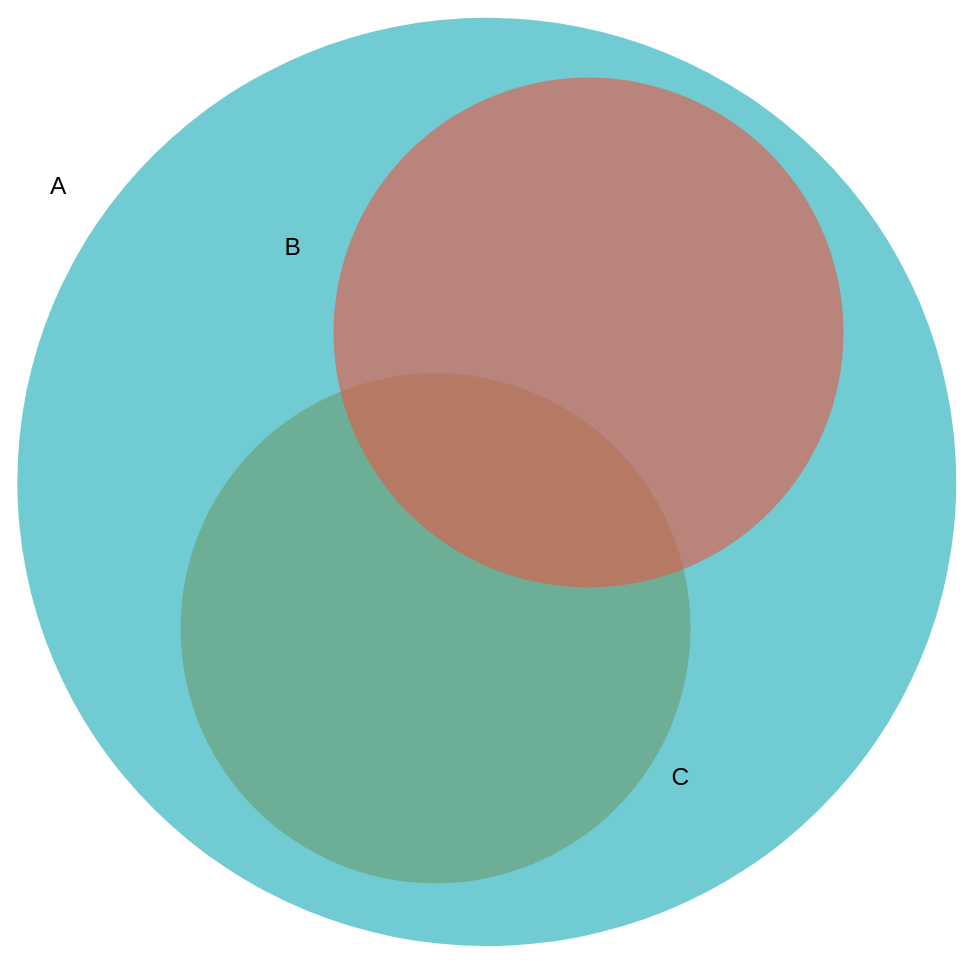
This is Venn diagrams/DLD Venn Diagram Q2.drawio from Saitharun279/Draw.Io, a draw.io file, before an edit. Source tidied: cells renumbered, new cells numbered last; positions are measured from the earlier drawing's top-left corner, leaving out a move shared by most shapes. Both pictures are drawn from the tidied source at 102%, with x=0, y=0 at pixel (17, 17).
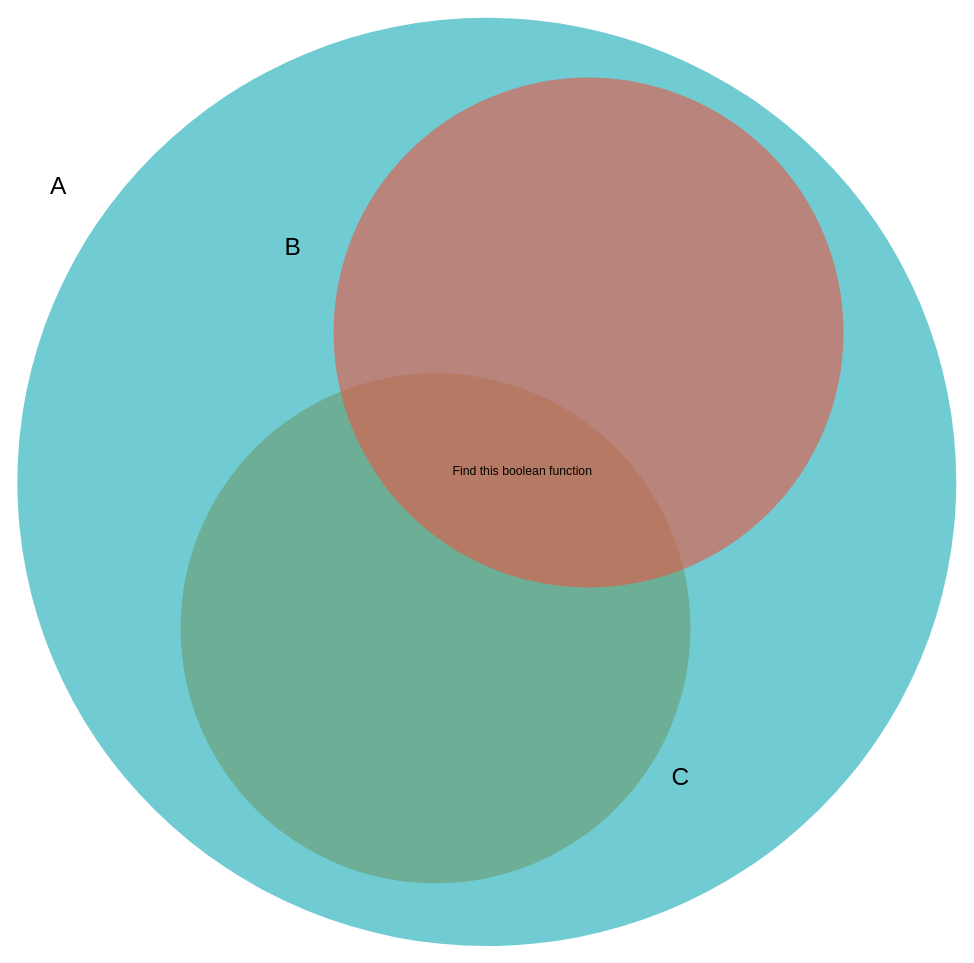
The same page after the edit.

Diff of the diagram source:
```diff
@@
 <mxGraphModel>
   <root>
     <mxCell id="0" />
     <mxCell id="1" parent="0" />
     <mxCell id="2" style="ellipse;fillColor=#F08705;opacity=60;strokeColor=none;html=1;fontColor=#FFFFFF;" parent="1" vertex="1">
       <mxGeometry x="159.5" y="348.5" width="500" height="500" as="geometry" />
     </mxCell>
     <mxCell id="3" style="ellipse;fillColor=#12AAB5;opacity=60;strokeColor=none;html=1;fontColor=#FFFFFF;" parent="1" vertex="1">
       <mxGeometry x="-0.5" width="920.5" height="910" as="geometry" />
     </mxCell>
     <mxCell id="4" style="ellipse;fillColor=#e85642;opacity=60;strokeColor=none;html=1;fontColor=#FFFFFF;" parent="1" vertex="1">
       <mxGeometry x="309.5" y="58.5" width="500" height="500" as="geometry" />
     </mxCell>
     <mxCell id="5" value="&lt;font style=&quot;font-size: 24px;&quot;&gt;A&lt;/font&gt;" style="text;html=1;align=center;verticalAlign=middle;whiteSpace=wrap;rounded=0;" parent="1" vertex="1">
       <mxGeometry x="10" y="150" width="60" height="30" as="geometry" />
     </mxCell>
     <mxCell id="6" value="&lt;font style=&quot;font-size: 24px;&quot;&gt;B&lt;/font&gt;" style="text;html=1;align=center;verticalAlign=middle;whiteSpace=wrap;rounded=0;" parent="1" vertex="1">
       <mxGeometry x="240" y="210" width="60" height="30" as="geometry" />
     </mxCell>
     <mxCell id="7" value="&lt;font style=&quot;font-size: 24px;&quot;&gt;C&lt;/font&gt;" style="text;html=1;align=center;verticalAlign=middle;whiteSpace=wrap;rounded=0;" parent="1" vertex="1">
       <mxGeometry x="620" y="730" width="60" height="30" as="geometry" />
     </mxCell>
+    <mxCell id="8" value="Find this boolean function" style="text;html=1;align=center;verticalAlign=middle;whiteSpace=wrap;rounded=0;" parent="1" vertex="1">
+      <mxGeometry x="420" y="430" width="150" height="30" as="geometry" />
+    </mxCell>
   </root>
 </mxGraphModel>
```
